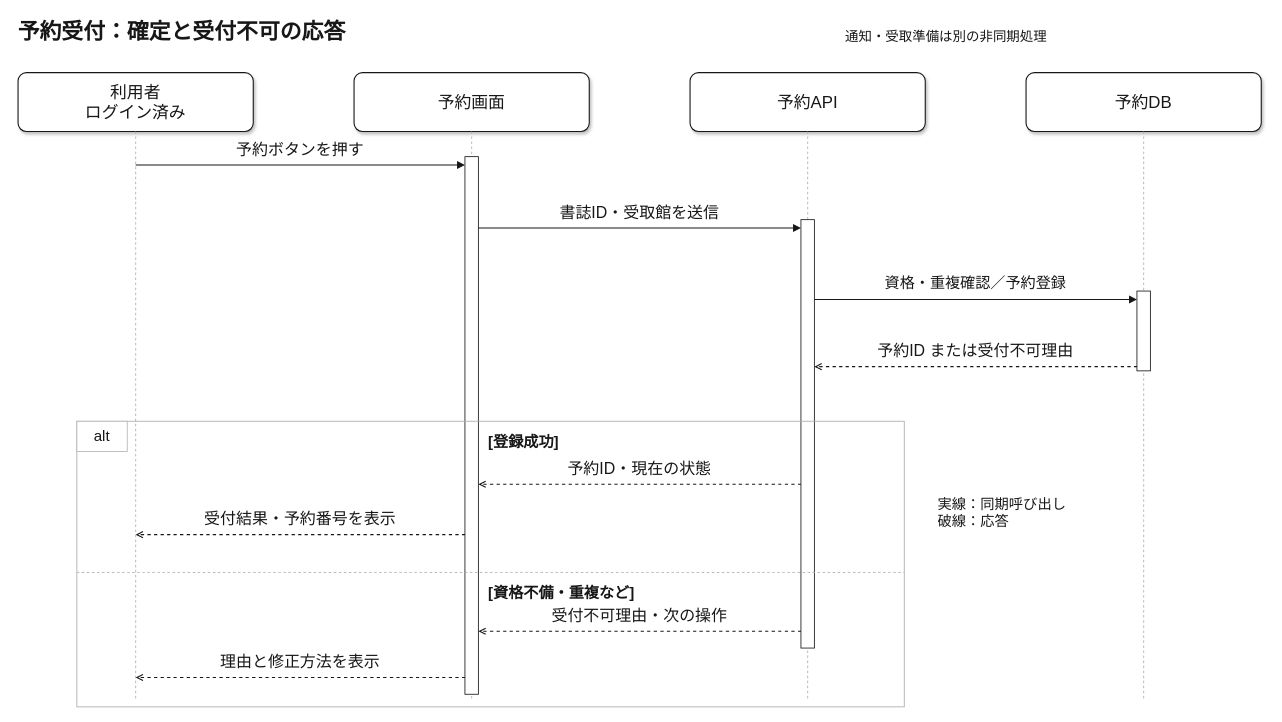
The draw.io diagram page "シーケンス図" (2 of 21) of samples/diagram-gallery.drawio in sakikuroe/marp-template-kit, before the edit. Source tidied: cells renumbered, new cells numbered last; positions are measured from the earlier drawing's top-left corner, leaving out a move shared by most shapes. Both pictures are drawn from the tidied source at 84%, with x=0, y=0 at pixel (18, 14).
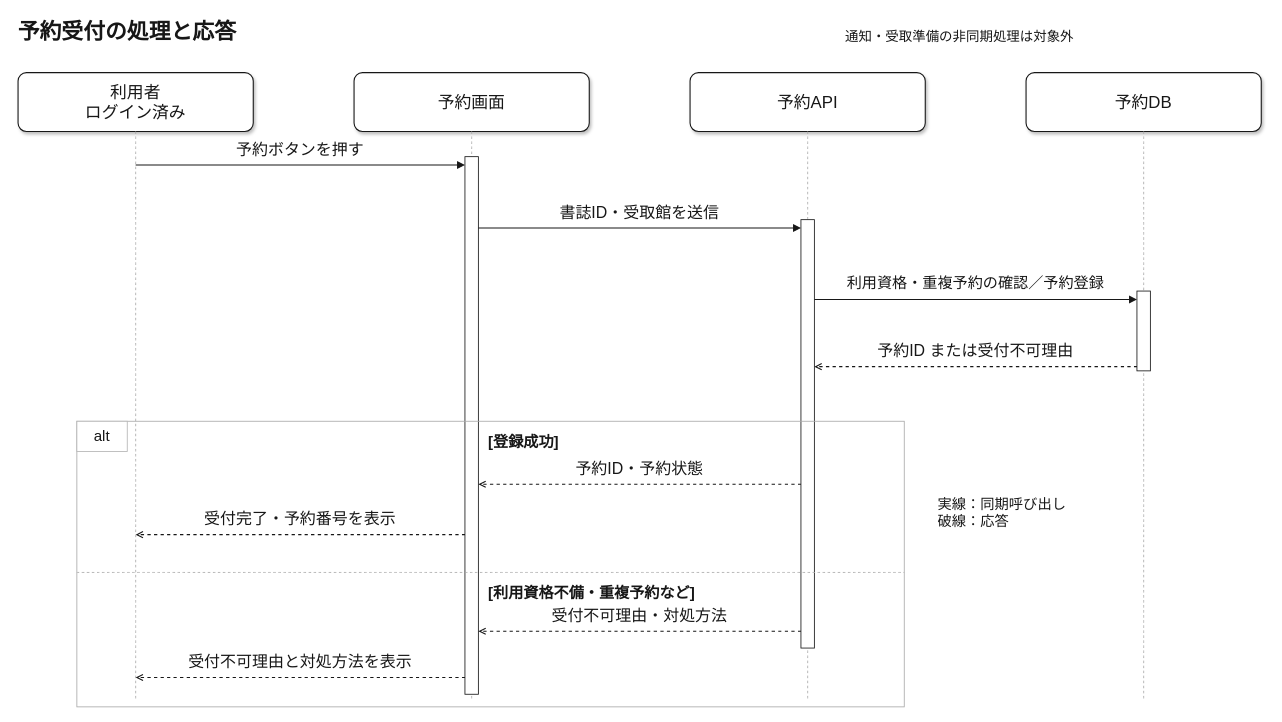
The same page after the edit.

Diff of the diagram source:
```diff
@@
-    <mxCell id="18" value="資格・重複確認／予約登録" style="text;html=0;whiteSpace=wrap;verticalAlign=top;align=center;spacing=0;fontFamily=GenEi M Gothic v2 Medium;fontColor=#171717;fontSize=18;" parent="1" vertex="1">
+    <mxCell id="18" value="利用資格・重複予約の確認／予約登録" style="text;html=0;whiteSpace=wrap;verticalAlign=top;align=center;spacing=0;fontFamily=GenEi M Gothic v2 Medium;fontColor=#171717;fontSize=18;" parent="1" vertex="1">
       <mxGeometry x="970" y="305" width="340" height="30" as="geometry" />
     </mxCell>
@@
-    <mxCell id="25" value="予約ID・現在の状態" style="text;html=0;whiteSpace=wrap;verticalAlign=top;align=center;spacing=0;fontFamily=GenEi M Gothic v2 Medium;fontColor=#171717;fontSize=19;" parent="1" vertex="1">
+    <mxCell id="25" value="予約ID・予約状態" style="text;html=0;whiteSpace=wrap;verticalAlign=top;align=center;spacing=0;fontFamily=GenEi M Gothic v2 Medium;fontColor=#171717;fontSize=19;" parent="1" vertex="1">
       <mxGeometry x="570" y="525" width="340" height="30" as="geometry" />
     </mxCell>
@@
-    <mxCell id="27" value="受付結果・予約番号を表示" style="text;html=0;whiteSpace=wrap;verticalAlign=top;align=center;spacing=0;fontFamily=GenEi M Gothic v2 Medium;fontColor=#171717;fontSize=19;" parent="1" vertex="1">
+    <mxCell id="27" value="受付完了・予約番号を表示" style="text;html=0;whiteSpace=wrap;verticalAlign=top;align=center;spacing=0;fontFamily=GenEi M Gothic v2 Medium;fontColor=#171717;fontSize=19;" parent="1" vertex="1">
       <mxGeometry x="162" y="585" width="348" height="30" as="geometry" />
     </mxCell>
@@
-    <mxCell id="29" value="[資格不備・重複など]" style="text;html=0;whiteSpace=wrap;verticalAlign=top;align=left;spacing=0;fontFamily=GenEi M Gothic v2;fontColor=#171717;fontStyle=1;fontSize=18;" parent="1" vertex="1">
+    <mxCell id="29" value="[利用資格不備・重複予約など]" style="text;html=0;whiteSpace=wrap;verticalAlign=top;align=left;spacing=0;fontFamily=GenEi M Gothic v2;fontColor=#171717;fontStyle=1;fontSize=18;" parent="1" vertex="1">
       <mxGeometry x="560" y="674" width="360" height="30" as="geometry" />
     </mxCell>
@@
-    <mxCell id="31" value="受付不可理由・次の操作" style="text;html=0;whiteSpace=wrap;verticalAlign=top;align=center;spacing=0;fontFamily=GenEi M Gothic v2 Medium;fontColor=#171717;fontSize=19;" parent="1" vertex="1">
+    <mxCell id="31" value="受付不可理由・対処方法" style="text;html=0;whiteSpace=wrap;verticalAlign=top;align=center;spacing=0;fontFamily=GenEi M Gothic v2 Medium;fontColor=#171717;fontSize=19;" parent="1" vertex="1">
       <mxGeometry x="570" y="700" width="340" height="30" as="geometry" />
     </mxCell>
@@
-    <mxCell id="33" value="理由と修正方法を表示" style="text;html=0;whiteSpace=wrap;verticalAlign=top;align=center;spacing=0;fontFamily=GenEi M Gothic v2 Medium;fontColor=#171717;fontSize=19;" parent="1" vertex="1">
+    <mxCell id="33" value="受付不可理由と対処方法を表示" style="text;html=0;whiteSpace=wrap;verticalAlign=top;align=center;spacing=0;fontFamily=GenEi M Gothic v2 Medium;fontColor=#171717;fontSize=19;" parent="1" vertex="1">
       <mxGeometry x="162" y="755" width="348" height="30" as="geometry" />
     </mxCell>
-    <mxCell id="34" value="予約受付：確定と受付不可の応答" style="text;html=0;whiteSpace=wrap;verticalAlign=top;align=left;spacing=0;fillColor=none;strokeColor=none;fontFamily=GenEi M Gothic v2 Medium;fontColor=#171717;fontSize=26;fontFamily=GenEi M Gothic v2;fontStyle=1;" parent="1" vertex="1">
+    <mxCell id="34" value="予約受付の処理と応答" style="text;html=0;whiteSpace=wrap;verticalAlign=top;align=left;spacing=0;fillColor=none;strokeColor=none;fontFamily=GenEi M Gothic v2 Medium;fontColor=#171717;fontSize=26;fontFamily=GenEi M Gothic v2;fontStyle=1;" parent="1" vertex="1">
       <mxGeometry width="850" height="42" as="geometry" />
     </mxCell>
-    <mxCell id="35" value="通知・受取準備は別の非同期処理" style="text;html=0;whiteSpace=wrap;verticalAlign=top;align=left;spacing=0;fillColor=none;strokeColor=none;fontFamily=GenEi M Gothic v2 Medium;fontColor=#171717;fontSize=16;" parent="1" vertex="1">
+    <mxCell id="35" value="通知・受取準備の非同期処理は対象外" style="text;html=0;whiteSpace=wrap;verticalAlign=top;align=left;spacing=0;fillColor=none;strokeColor=none;fontFamily=GenEi M Gothic v2 Medium;fontColor=#171717;fontSize=16;" parent="1" vertex="1">
       <mxGeometry x="985" y="12" width="495" height="28" as="geometry" />
     </mxCell>
```
